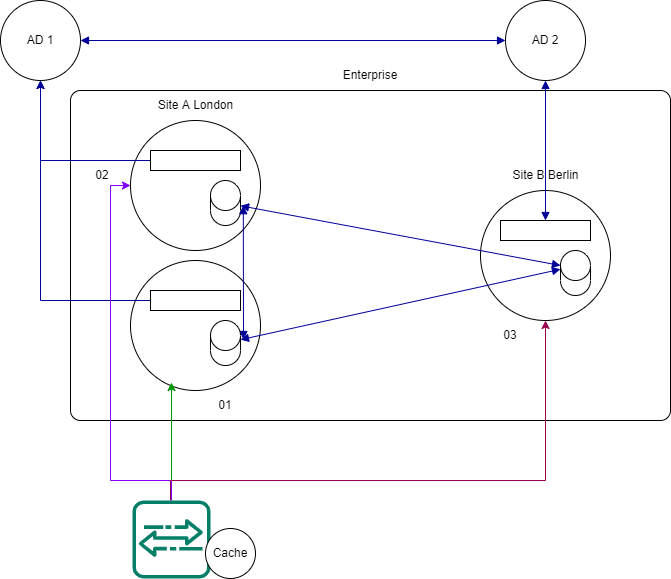
This is images/Imprivata.drawio.png from Radriverron/radriverron.github.io, a draw.io export, as it was before one commit. Source tidied: cells renumbered, new cells last; positions are measured from the earlier drawing's top-left corner, leaving out a move shared by most shapes.
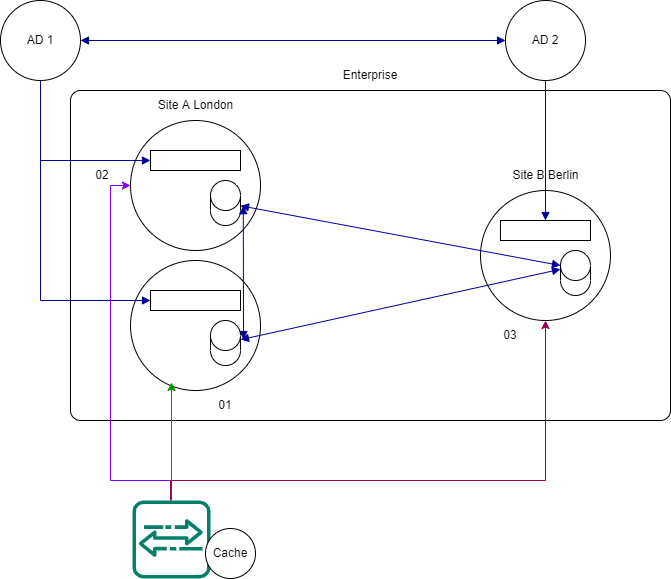
After the change.

Change to the diagram source:
```diff
@@ -23,19 +23,19 @@
     <mxCell id="8" value="Enterprise" style="text;html=1;strokeColor=none;fillColor=none;align=center;verticalAlign=middle;whiteSpace=wrap;rounded=0;" parent="1" vertex="1">
       <mxGeometry x="340" y="60" width="60" height="30" as="geometry" />
     </mxCell>
-    <mxCell id="9" style="edgeStyle=orthogonalEdgeStyle;rounded=0;jettySize=auto;html=1;strokeColor=#000099;" parent="1" edge="1" source="10" target="30">
+    <mxCell id="9" style="edgeStyle=orthogonalEdgeStyle;rounded=0;jettySize=auto;html=1;strokeColor=#000099;endArrow=none;endFill=0;startArrow=block;startFill=1;" parent="1" edge="1" source="10" target="30">
       <mxGeometry relative="1" as="geometry" />
     </mxCell>
     <mxCell id="10" style="rounded=0;whiteSpace=wrap;html=1;" parent="1" vertex="1">
       <mxGeometry x="150" y="150" width="90" height="20" as="geometry" />
     </mxCell>
-    <mxCell id="11" style="edgeStyle=orthogonalEdgeStyle;rounded=0;jettySize=auto;html=1;entryX=0.5;entryY=1;entryDx=0;entryDy=0;strokeColor=#000099;" parent="1" edge="1" source="12" target="30">
+    <mxCell id="11" style="edgeStyle=orthogonalEdgeStyle;rounded=0;jettySize=auto;html=1;entryX=0.5;entryY=1;entryDx=0;entryDy=0;strokeColor=#000099;endArrow=none;endFill=0;startArrow=block;startFill=1;" parent="1" edge="1" source="12" target="30">
       <mxGeometry relative="1" as="geometry" />
     </mxCell>
     <mxCell id="12" style="rounded=0;whiteSpace=wrap;html=1;" parent="1" vertex="1">
       <mxGeometry x="150" y="290" width="90" height="20" as="geometry" />
     </mxCell>
-    <mxCell id="13" style="edgeStyle=orthogonalEdgeStyle;rounded=0;jettySize=auto;html=1;entryX=0.5;entryY=1;entryDx=0;entryDy=0;startArrow=block;startFill=1;endArrow=block;endFill=1;strokeColor=#000099;" parent="1" edge="1" source="14" target="31">
+    <mxCell id="13" style="edgeStyle=orthogonalEdgeStyle;rounded=0;jettySize=auto;html=1;entryX=0.5;entryY=1;entryDx=0;entryDy=0;startArrow=block;startFill=1;endArrow=none;endFill=0;strokeColor=#000099;" parent="1" edge="1" source="14" target="31">
       <mxGeometry relative="1" as="geometry" />
     </mxCell>
     <mxCell id="14" style="rounded=0;whiteSpace=wrap;html=1;" parent="1" vertex="1">
```
